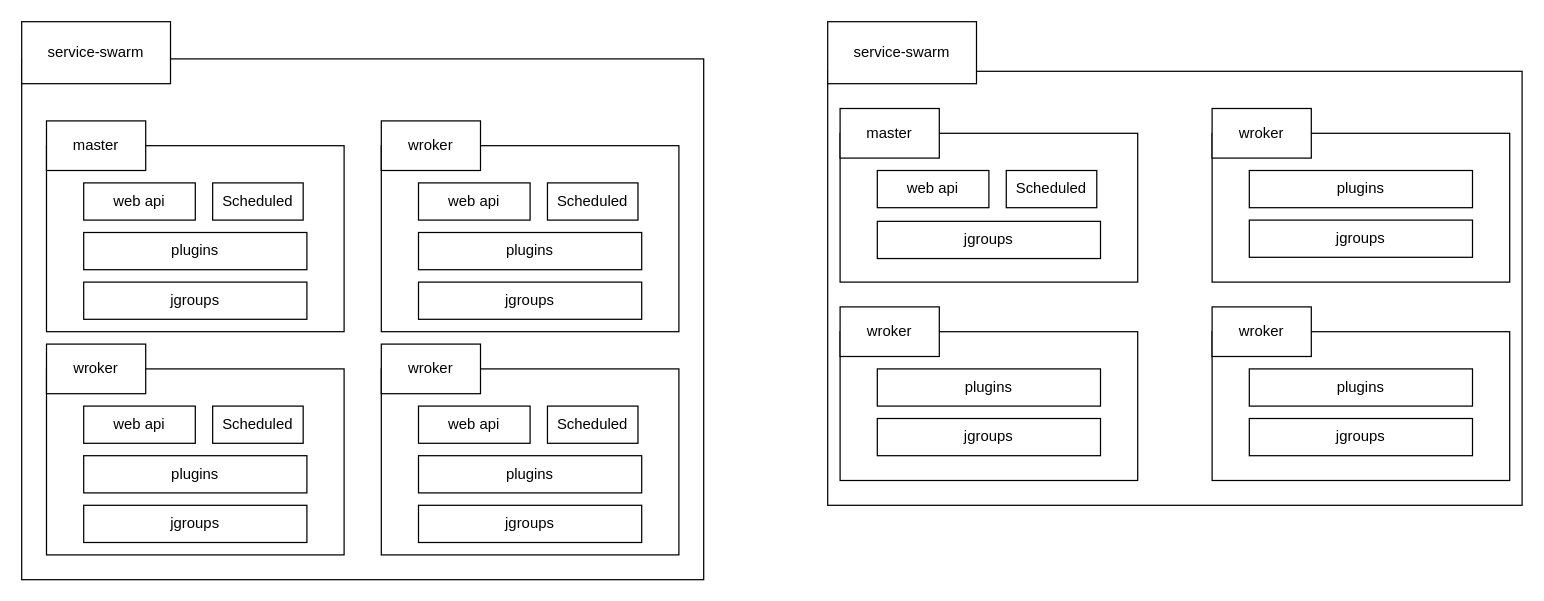
Above: 未命名绘图.drawio in zengfeiyue/chart (draw.io), before the change. Source tidied: cells renumbered, new cells numbered last; positions are measured from the earlier drawing's top-left corner, leaving out a move shared by most shapes. Both pictures are drawn from the tidied source at 124%, with x=0, y=0 at pixel (21, 21).
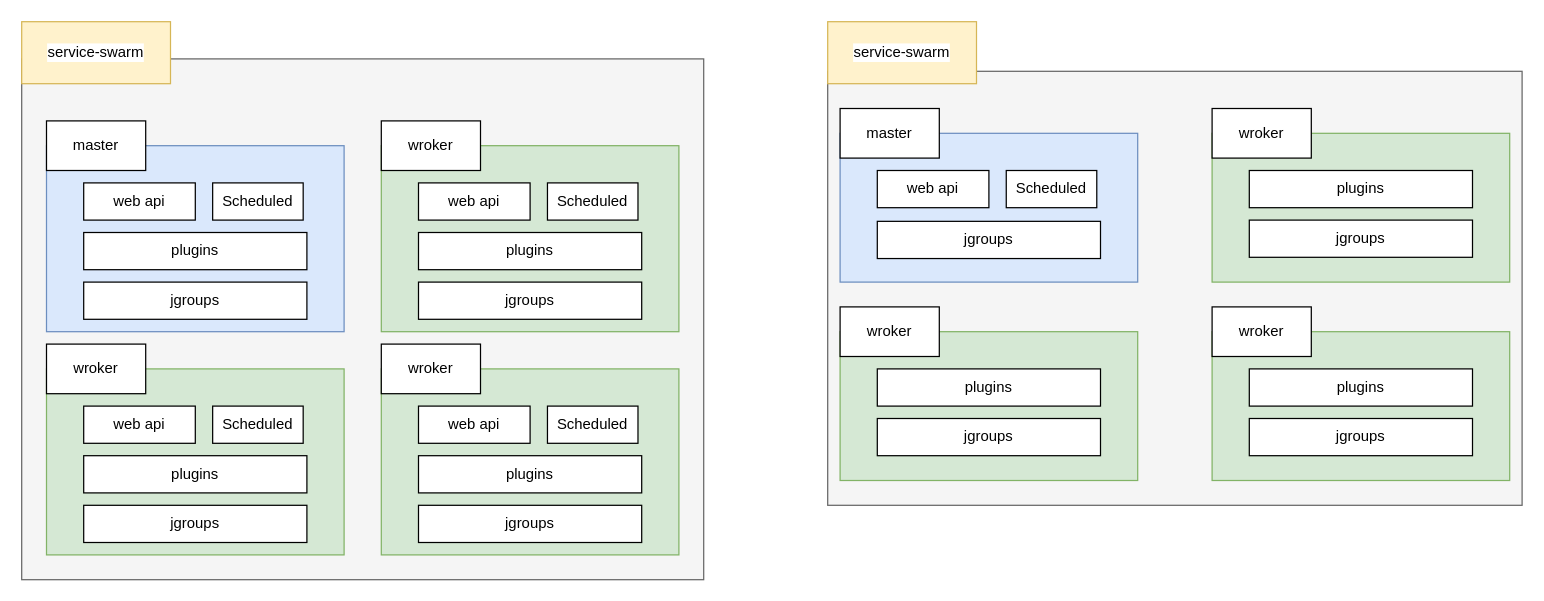
Above is the later version.

Commit message:
更新未命名绘图.drawio

The change refers to these unchanged cells:
```xml
<mxCell id="2" style="group;" parent="1" vertex="1">
  <mxGeometry x="650" width="560" height="390" as="geometry" />
</mxCell>
<mxCell id="22" style="group;" parent="1" vertex="1">
  <mxGeometry width="550" height="450" as="geometry" />
</mxCell>
```

The edit, as a diff of the source:
```diff
@@
-    <mxCell id="3" style="rounded=0;whiteSpace=wrap;html=1;labelBackgroundColor=#FFFFFF;fontFamily=Helvetica;fontSize=12;fontColor=#000000;" parent="2" vertex="1">
+    <mxCell id="3" style="rounded=0;whiteSpace=wrap;html=1;labelBackgroundColor=#FFFFFF;fontFamily=Helvetica;fontSize=12;fontColor=#333333;fillColor=#f5f5f5;strokeColor=#666666;" parent="2" vertex="1">
       <mxGeometry y="40" width="560" height="350" as="geometry" />
     </mxCell>
-    <mxCell id="4" style="rounded=0;whiteSpace=wrap;html=1;labelBackgroundColor=#FFFFFF;fontFamily=Helvetica;fontSize=12;fontColor=#000000;" parent="2" vertex="1">
+    <mxCell id="4" style="rounded=0;whiteSpace=wrap;html=1;labelBackgroundColor=#FFFFFF;fontFamily=Helvetica;fontSize=12;fillColor=#dae8fc;strokeColor=#6c8ebf;" parent="2" vertex="1">
       <mxGeometry x="10" y="90" width="240" height="120" as="geometry" />
     </mxCell>
@@
-    <mxCell id="9" style="rounded=0;whiteSpace=wrap;html=1;labelBackgroundColor=#FFFFFF;fontFamily=Helvetica;fontSize=12;fontColor=#000000;" parent="2" vertex="1">
+    <mxCell id="9" style="rounded=0;whiteSpace=wrap;html=1;labelBackgroundColor=#FFFFFF;fontFamily=Helvetica;fontSize=12;fillColor=#d5e8d4;strokeColor=#82b366;" parent="2" vertex="1">
       <mxGeometry x="310" y="90" width="240" height="120" as="geometry" />
     </mxCell>
@@
-    <mxCell id="13" style="rounded=0;whiteSpace=wrap;html=1;labelBackgroundColor=#FFFFFF;fontFamily=Helvetica;fontSize=12;fontColor=#000000;" parent="2" vertex="1">
+    <mxCell id="13" style="rounded=0;whiteSpace=wrap;html=1;labelBackgroundColor=#FFFFFF;fontFamily=Helvetica;fontSize=12;fillColor=#d5e8d4;strokeColor=#82b366;" parent="2" vertex="1">
       <mxGeometry x="310" y="250" width="240" height="120" as="geometry" />
     </mxCell>
@@
-    <mxCell id="17" style="rounded=0;whiteSpace=wrap;html=1;labelBackgroundColor=#FFFFFF;fontFamily=Helvetica;fontSize=12;fontColor=#000000;" parent="2" vertex="1">
+    <mxCell id="17" style="rounded=0;whiteSpace=wrap;html=1;labelBackgroundColor=#FFFFFF;fontFamily=Helvetica;fontSize=12;fillColor=#d5e8d4;strokeColor=#82b366;" parent="2" vertex="1">
       <mxGeometry x="10" y="250" width="240" height="120" as="geometry" />
     </mxCell>
@@
-    <mxCell id="21" value="service-swarm" style="rounded=0;whiteSpace=wrap;html=1;labelBackgroundColor=#FFFFFF;fontFamily=Helvetica;fontSize=12;fontColor=#000000;" parent="2" vertex="1">
+    <mxCell id="21" value="service-swarm" style="rounded=0;whiteSpace=wrap;html=1;labelBackgroundColor=#FFFFFF;fontFamily=Helvetica;fontSize=12;fillColor=#fff2cc;strokeColor=#d6b656;" parent="2" vertex="1">
       <mxGeometry width="120" height="50" as="geometry" />
     </mxCell>
@@
-    <mxCell id="23" style="rounded=0;whiteSpace=wrap;html=1;labelBackgroundColor=#FFFFFF;fontFamily=Helvetica;fontSize=12;fontColor=#000000;" parent="22" vertex="1">
+    <mxCell id="23" style="rounded=0;whiteSpace=wrap;html=1;labelBackgroundColor=#FFFFFF;fontFamily=Helvetica;fontSize=12;fontColor=#333333;fillColor=#f5f5f5;strokeColor=#666666;" parent="22" vertex="1">
       <mxGeometry y="30" width="550" height="420" as="geometry" />
     </mxCell>
-    <mxCell id="24" style="rounded=0;whiteSpace=wrap;html=1;labelBackgroundColor=#FFFFFF;fontFamily=Helvetica;fontSize=12;fontColor=#000000;" parent="22" vertex="1">
+    <mxCell id="24" style="rounded=0;whiteSpace=wrap;html=1;labelBackgroundColor=#FFFFFF;fontFamily=Helvetica;fontSize=12;fillColor=#dae8fc;strokeColor=#6c8ebf;" parent="22" vertex="1">
       <mxGeometry x="20" y="100" width="240" height="150" as="geometry" />
     </mxCell>
@@
-    <mxCell id="30" style="rounded=0;whiteSpace=wrap;html=1;labelBackgroundColor=#FFFFFF;fontFamily=Helvetica;fontSize=12;fontColor=#000000;" parent="22" vertex="1">
+    <mxCell id="30" style="rounded=0;whiteSpace=wrap;html=1;labelBackgroundColor=#FFFFFF;fontFamily=Helvetica;fontSize=12;fillColor=#d5e8d4;strokeColor=#82b366;" parent="22" vertex="1">
       <mxGeometry x="290" y="100" width="240" height="150" as="geometry" />
     </mxCell>
@@
-    <mxCell id="36" style="rounded=0;whiteSpace=wrap;html=1;labelBackgroundColor=#FFFFFF;fontFamily=Helvetica;fontSize=12;fontColor=#000000;" parent="22" vertex="1">
+    <mxCell id="36" style="rounded=0;whiteSpace=wrap;html=1;labelBackgroundColor=#FFFFFF;fontFamily=Helvetica;fontSize=12;fillColor=#d5e8d4;strokeColor=#82b366;" parent="22" vertex="1">
       <mxGeometry x="290" y="280" width="240" height="150" as="geometry" />
     </mxCell>
@@
-    <mxCell id="42" style="rounded=0;whiteSpace=wrap;html=1;labelBackgroundColor=#FFFFFF;fontFamily=Helvetica;fontSize=12;fontColor=#000000;" parent="22" vertex="1">
+    <mxCell id="42" style="rounded=0;whiteSpace=wrap;html=1;labelBackgroundColor=#FFFFFF;fontFamily=Helvetica;fontSize=12;fillColor=#d5e8d4;strokeColor=#82b366;" parent="22" vertex="1">
       <mxGeometry x="20" y="280" width="240" height="150" as="geometry" />
     </mxCell>
@@
-    <mxCell id="48" value="service-swarm" style="rounded=0;whiteSpace=wrap;html=1;labelBackgroundColor=#FFFFFF;fontFamily=Helvetica;fontSize=12;fontColor=#000000;" parent="22" vertex="1">
+    <mxCell id="48" value="service-swarm" style="rounded=0;whiteSpace=wrap;html=1;labelBackgroundColor=#FFFFFF;fontFamily=Helvetica;fontSize=12;fillColor=#fff2cc;strokeColor=#d6b656;" parent="22" vertex="1">
       <mxGeometry width="120" height="50" as="geometry" />
     </mxCell>
```
